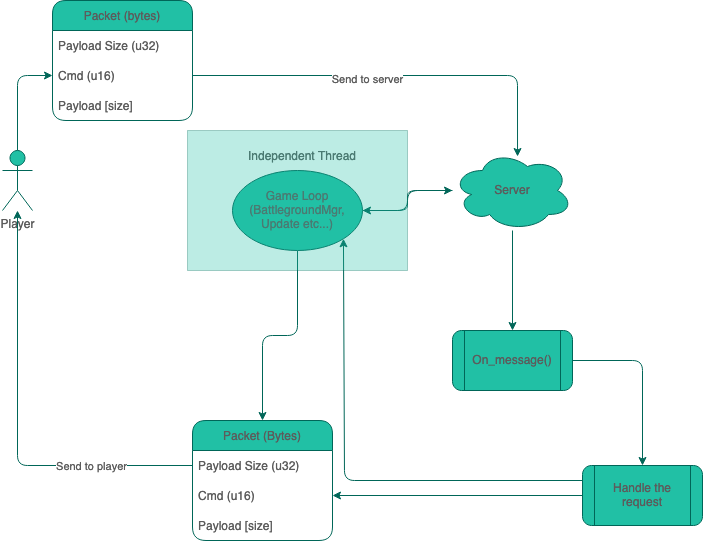
Before: doc/simple-description.png, a diagram exported from draw.io (netskillzgh/rollo). Source tidied: cells renumbered, new cells last; positions are measured from the earlier drawing's top-left corner, leaving out a move shared by most shapes.
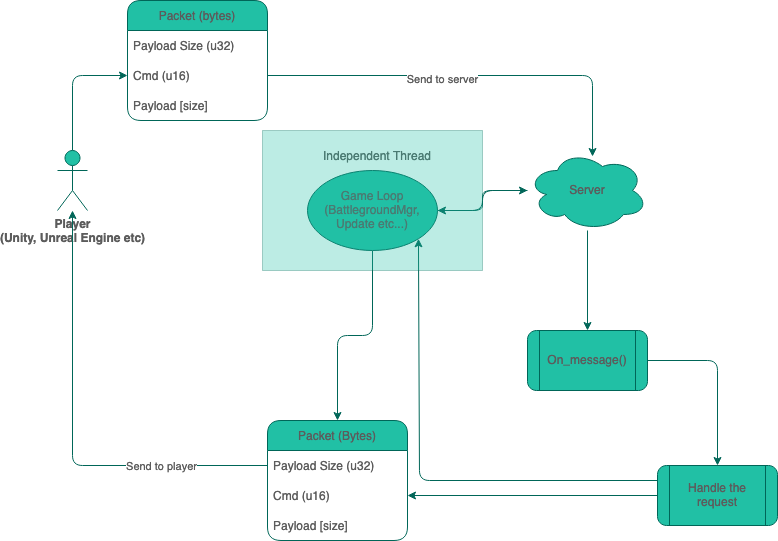
Above is the later version.

Diff of the diagram source:
```diff
@@ -5,8 +5,8 @@
     <mxCell id="2" style="edgeStyle=orthogonalEdgeStyle;jettySize=auto;html=1;entryX=0;entryY=0.5;entryDx=0;entryDy=0;strokeColor=#006658;fontColor=#5C5C5C;" parent="1" edge="1" source="3" target="9">
       <mxGeometry relative="1" as="geometry" />
     </mxCell>
-    <mxCell id="3" value="Player" style="shape=umlActor;verticalLabelPosition=bottom;verticalAlign=top;html=1;outlineConnect=0;fillColor=#21C0A5;strokeColor=#006658;fontColor=#5C5C5C;rounded=1;" parent="1" vertex="1">
-      <mxGeometry y="150" width="30" height="60" as="geometry" />
+    <mxCell id="3" value="&lt;div&gt;&lt;b&gt;Player &lt;br&gt;&lt;/b&gt;&lt;/div&gt;&lt;div&gt;&lt;b&gt;(Unity, Unreal Engine etc)&lt;/b&gt;&lt;/div&gt;" style="shape=umlActor;verticalLabelPosition=bottom;verticalAlign=top;html=1;outlineConnect=0;fillColor=#21C0A5;strokeColor=#006658;fontColor=#5C5C5C;rounded=1;" parent="1" vertex="1">
+      <mxGeometry x="-20" y="150" width="30" height="60" as="geometry" />
     </mxCell>
     <mxCell id="4" style="edgeStyle=orthogonalEdgeStyle;jettySize=auto;html=1;entryX=0.5;entryY=0;entryDx=0;entryDy=0;strokeColor=#006658;fontColor=#5C5C5C;" parent="1" edge="1" source="6" target="14">
       <mxGeometry relative="1" as="geometry" />
```
